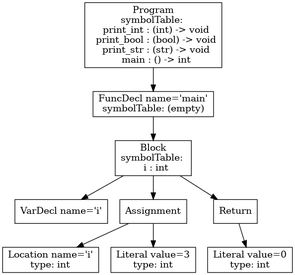
Earlier version of the Graphviz export tree.png (phamml/p3-analysis). Its source is kept beside it as tree.dot.
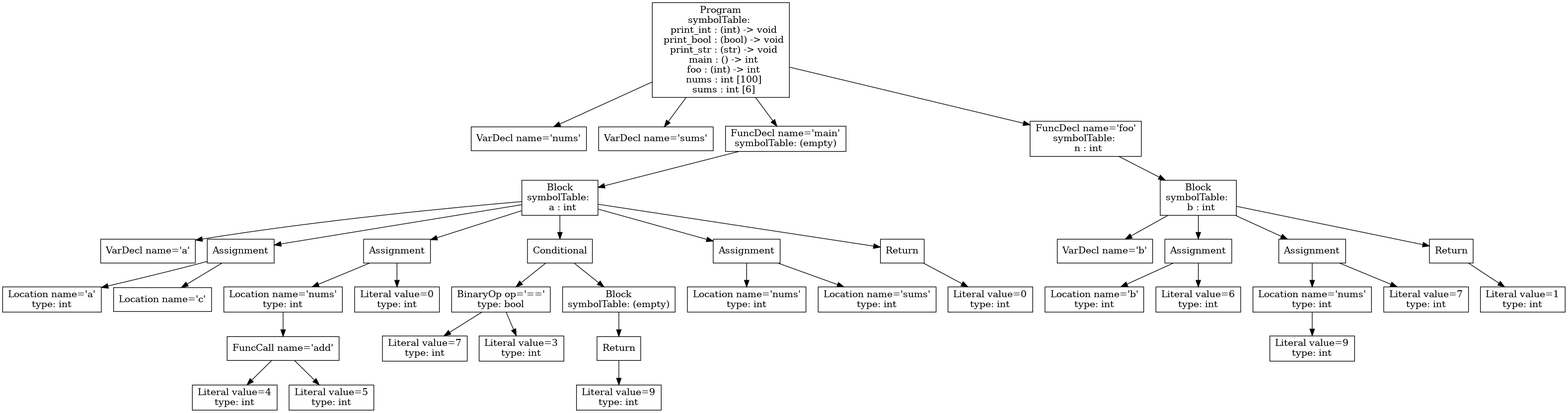
After the change.

Change to the diagram source:
```diff
@@ -1,19 +1,79 @@
 digraph AST {
-3 [shape=box, label="VarDecl name='i'"];
-5 [shape=box, label="Location name='i'\ntype: int"];
-6 [shape=box, label="Literal value=3\ntype: int"];
-4 [shape=box, label="Assignment"];
+1 [shape=box, label="VarDecl name='nums'"];
+2 [shape=box, label="VarDecl name='sums'"];
+5 [shape=box, label="VarDecl name='a'"];
+7 [shape=box, label="Location name='a'\ntype: int"];
+8 [shape=box, label="Location name='c'"];
+6 [shape=box, label="Assignment"];
+6 -> 7;
+6 -> 8;
+12 [shape=box, label="Literal value=4\ntype: int"];
+13 [shape=box, label="Literal value=5\ntype: int"];
+11 [shape=box, label="FuncCall name='add'"];
+11 -> 12;
+11 -> 13;
+10 [shape=box, label="Location name='nums'\ntype: int"];
+10 -> 11;
+14 [shape=box, label="Literal value=0\ntype: int"];
+9 [shape=box, label="Assignment"];
+9 -> 10;
+9 -> 14;
+17 [shape=box, label="Literal value=7\ntype: int"];
+18 [shape=box, label="Literal value=3\ntype: int"];
+16 [shape=box, label="BinaryOp op='=='\ntype: bool"];
+16 -> 17;
+16 -> 18;
+21 [shape=box, label="Literal value=9\ntype: int"];
+20 [shape=box, label="Return"];
+20 -> 21;
+19 [shape=box, label="Block\nsymbolTable: (empty)"];
+19 -> 20;
+15 [shape=box, label="Conditional"];
+15 -> 16;
+15 -> 19;
+23 [shape=box, label="Location name='nums'\ntype: int"];
+24 [shape=box, label="Location name='sums'\ntype: int"];
+22 [shape=box, label="Assignment"];
+22 -> 23;
+22 -> 24;
+26 [shape=box, label="Literal value=0\ntype: int"];
+25 [shape=box, label="Return"];
+25 -> 26;
+4 [shape=box, label="Block\nsymbolTable: \n  a : int"];
 4 -> 5;
 4 -> 6;
-8 [shape=box, label="Literal value=0\ntype: int"];
-7 [shape=box, label="Return"];
-7 -> 8;
-2 [shape=box, label="Block\nsymbolTable: \n  i : int"];
-2 -> 3;
-2 -> 4;
-2 -> 7;
-1 [shape=box, label="FuncDecl name='main'\nsymbolTable: (empty)"];
-1 -> 2;
-0 [shape=box, label="Program\nsymbolTable: \n  print_int : (int) -> void\n  print_bool : (bool) -> void\n  print_str : (str) -> void\n  main : () -> int"];
+4 -> 9;
+4 -> 15;
+4 -> 22;
+4 -> 25;
+3 [shape=box, label="FuncDecl name='main'\nsymbolTable: (empty)"];
+3 -> 4;
+29 [shape=box, label="VarDecl name='b'"];
+31 [shape=box, label="Location name='b'\ntype: int"];
+32 [shape=box, label="Literal value=6\ntype: int"];
+30 [shape=box, label="Assignment"];
+30 -> 31;
+30 -> 32;
+35 [shape=box, label="Literal value=9\ntype: int"];
+34 [shape=box, label="Location name='nums'\ntype: int"];
+34 -> 35;
+36 [shape=box, label="Literal value=7\ntype: int"];
+33 [shape=box, label="Assignment"];
+33 -> 34;
+33 -> 36;
+38 [shape=box, label="Literal value=1\ntype: int"];
+37 [shape=box, label="Return"];
+37 -> 38;
+28 [shape=box, label="Block\nsymbolTable: \n  b : int"];
+28 -> 29;
+28 -> 30;
+28 -> 33;
+28 -> 37;
+27 [shape=box, label="FuncDecl name='foo'\nsymbolTable: \n  n : int"];
+27 -> 28;
+0 [shape=box, label="Program\nsymbolTable: \n  print_int : (int) -> void\n  print_bool : (bool) -> void\n  print_str : (str) -> void\n  main : () -> int\n  foo : (int) -> int\n  nums : int [100]\n  sums : int [6]"];
 0 -> 1;
+0 -> 2;
+0 -> 3;
+0 -> 27;
 }
```
